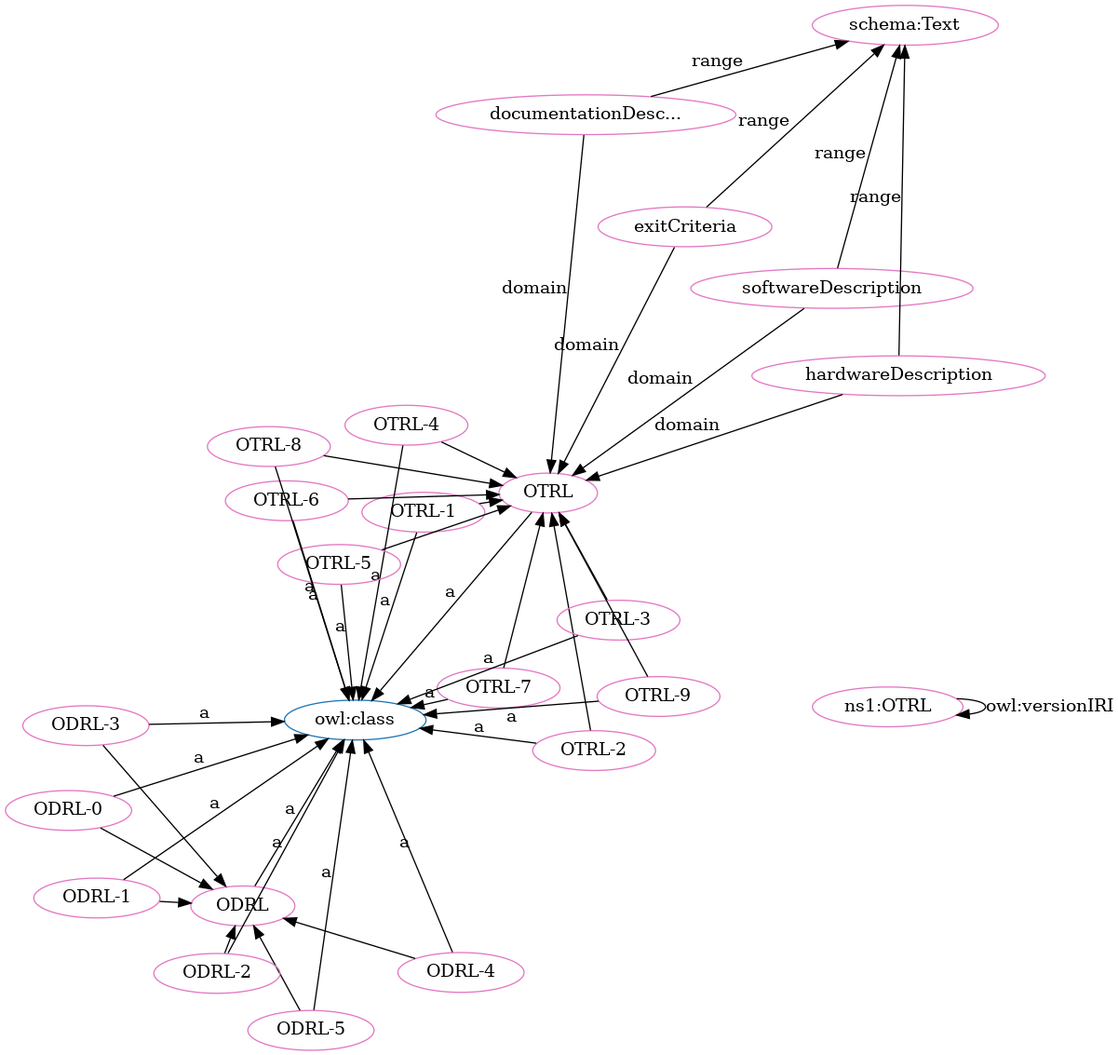
Above: OTRL-clean.png in OPEN-NEXT/OKH-LOSH (Graphviz), before the change. Its source is kept beside it as OTRL-clean.dot.
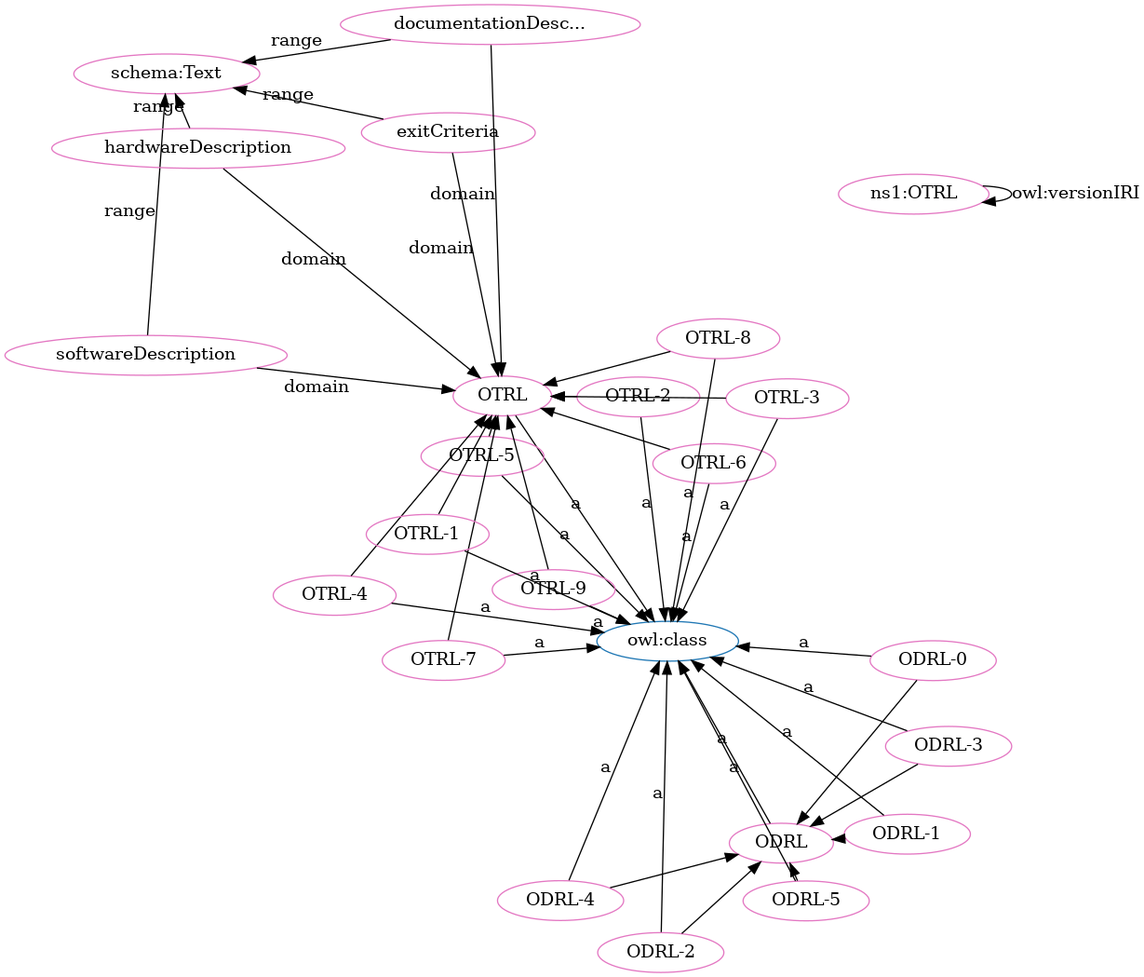
The same diagram one commit later.

The edit, as a diff of the source:
```diff
@@ -4,68 +4,68 @@
 "http://purl.org/oseg/ontologies/OTRL#OTRL" [fillcolor="#1f77b4" color="#1f77b4" label="OTRL"]
 "http://www.w3.org/2002/07/owl#class" [fillcolor="#1f77b4" color="#1f77b4" label="owl:class"]
 "http://purl.org/oseg/ontologies/OTRL#ODRL" [fillcolor="#1f77b4" color="#1f77b4" label="ODRL"]
+"http://purl.org/oseg/ontologies/OTRL#ODRL-3" [fillcolor="#e377c2" color="#e377c2" label="ODRL-3"]
+"http://purl.org/oseg/ontologies/OTRL" [fillcolor="#e377c2" color="#e377c2" label="ns1:OTRL"]
+"http://purl.org/oseg/ontologies/OTRL#ODRL-0" [fillcolor="#e377c2" color="#e377c2" label="ODRL-0"]
 "http://purl.org/oseg/ontologies/OTRL#OTRL" [fillcolor="#e377c2" color="#e377c2" label="OTRL"]
-"http://purl.org/oseg/ontologies/OTRL#ODRL-3" [fillcolor="#e377c2" color="#e377c2" label="ODRL-3"]
 "http://purl.org/oseg/ontologies/OTRL#ODRL" [fillcolor="#e377c2" color="#e377c2" label="ODRL"]
+"http://purl.org/oseg/ontologies/OTRL#OTRL-2" [fillcolor="#e377c2" color="#e377c2" label="OTRL-2"]
 "http://schema.org/Text" [fillcolor="#e377c2" color="#e377c2" label="schema:Text"]
-"http://purl.org/oseg/ontologies/OTRL" [fillcolor="#e377c2" color="#e377c2" label="ns1:OTRL"]
-"http://purl.org/oseg/ontologies/OTRL#softwareDescription" [fillcolor="#e377c2" color="#e377c2" label="softwareDescription"]
-"http://purl.org/oseg/ontologies/OTRL#OTRL-1" [fillcolor="#e377c2" color="#e377c2" label="OTRL-1"]
-"http://purl.org/oseg/ontologies/OTRL#OTRL-7" [fillcolor="#e377c2" color="#e377c2" label="OTRL-7"]
-"http://purl.org/oseg/ontologies/OTRL#documentationDescription" [fillcolor="#e377c2" color="#e377c2" label="documentationDesc..."]
-"http://purl.org/oseg/ontologies/OTRL#OTRL-4" [fillcolor="#e377c2" color="#e377c2" label="OTRL-4"]
-"http://purl.org/oseg/ontologies/OTRL#exitCriteria" [fillcolor="#e377c2" color="#e377c2" label="exitCriteria"]
-"http://purl.org/oseg/ontologies/OTRL#ODRL-5" [fillcolor="#e377c2" color="#e377c2" label="ODRL-5"]
-"http://purl.org/oseg/ontologies/OTRL#OTRL-2" [fillcolor="#e377c2" color="#e377c2" label="OTRL-2"]
-"http://purl.org/oseg/ontologies/OTRL#hardwareDescription" [fillcolor="#e377c2" color="#e377c2" label="hardwareDescription"]
-"http://purl.org/oseg/ontologies/OTRL#OTRL-3" [fillcolor="#e377c2" color="#e377c2" label="OTRL-3"]
-"http://purl.org/oseg/ontologies/OTRL#OTRL-9" [fillcolor="#e377c2" color="#e377c2" label="OTRL-9"]
-"http://purl.org/oseg/ontologies/OTRL#ODRL-2" [fillcolor="#e377c2" color="#e377c2" label="ODRL-2"]
 "http://purl.org/oseg/ontologies/OTRL#OTRL-5" [fillcolor="#e377c2" color="#e377c2" label="OTRL-5"]
 "http://purl.org/oseg/ontologies/OTRL#OTRL-6" [fillcolor="#e377c2" color="#e377c2" label="OTRL-6"]
+"http://purl.org/oseg/ontologies/OTRL#exitCriteria" [fillcolor="#e377c2" color="#e377c2" label="exitCriteria"]
+"http://purl.org/oseg/ontologies/OTRL#ODRL-2" [fillcolor="#e377c2" color="#e377c2" label="ODRL-2"]
+"http://purl.org/oseg/ontologies/OTRL#OTRL-7" [fillcolor="#e377c2" color="#e377c2" label="OTRL-7"]
 "http://purl.org/oseg/ontologies/OTRL#ODRL-1" [fillcolor="#e377c2" color="#e377c2" label="ODRL-1"]
-"http://purl.org/oseg/ontologies/OTRL#ODRL-0" [fillcolor="#e377c2" color="#e377c2" label="ODRL-0"]
+"http://purl.org/oseg/ontologies/OTRL#OTRL-3" [fillcolor="#e377c2" color="#e377c2" label="OTRL-3"]
+"http://purl.org/oseg/ontologies/OTRL#softwareDescription" [fillcolor="#e377c2" color="#e377c2" label="softwareDescription"]
+"http://purl.org/oseg/ontologies/OTRL#hardwareDescription" [fillcolor="#e377c2" color="#e377c2" label="hardwareDescription"]
+"http://purl.org/oseg/ontologies/OTRL#ODRL-5" [fillcolor="#e377c2" color="#e377c2" label="ODRL-5"]
+"http://purl.org/oseg/ontologies/OTRL#OTRL-9" [fillcolor="#e377c2" color="#e377c2" label="OTRL-9"]
+"http://purl.org/oseg/ontologies/OTRL#OTRL-4" [fillcolor="#e377c2" color="#e377c2" label="OTRL-4"]
+"http://purl.org/oseg/ontologies/OTRL#OTRL-8" [fillcolor="#e377c2" color="#e377c2" label="OTRL-8"]
+"http://purl.org/oseg/ontologies/OTRL#OTRL-1" [fillcolor="#e377c2" color="#e377c2" label="OTRL-1"]
 "http://purl.org/oseg/ontologies/OTRL#ODRL-4" [fillcolor="#e377c2" color="#e377c2" label="ODRL-4"]
-"http://purl.org/oseg/ontologies/OTRL#OTRL-8" [fillcolor="#e377c2" color="#e377c2" label="OTRL-8"]
+"http://purl.org/oseg/ontologies/OTRL#documentationDescription" [fillcolor="#e377c2" color="#e377c2" label="documentationDesc..."]
+  "http://purl.org/oseg/ontologies/OTRL#hardwareDescription" -> "http://purl.org/oseg/ontologies/OTRL#OTRL" [label="domain"]
+  "http://purl.org/oseg/ontologies/OTRL#OTRL" -> "http://www.w3.org/2002/07/owl#class" [label="a"]
+  "http://purl.org/oseg/ontologies/OTRL#ODRL" -> "http://www.w3.org/2002/07/owl#class" [label="a"]
+  "http://purl.org/oseg/ontologies/OTRL#OTRL-5" -> "http://www.w3.org/2002/07/owl#class" [label="a"]
+  "http://purl.org/oseg/ontologies/OTRL#OTRL-6" -> "http://www.w3.org/2002/07/owl#class" [label="a"]
+  "http://purl.org/oseg/ontologies/OTRL#OTRL-9" -> "http://purl.org/oseg/ontologies/OTRL#OTRL" [label=""]
+  "http://purl.org/oseg/ontologies/OTRL#OTRL-6" -> "http://purl.org/oseg/ontologies/OTRL#OTRL" [label=""]
+  "http://purl.org/oseg/ontologies/OTRL#ODRL-1" -> "http://www.w3.org/2002/07/owl#class" [label="a"]
+  "http://purl.org/oseg/ontologies/OTRL#ODRL-0" -> "http://purl.org/oseg/ontologies/OTRL#ODRL" [label=""]
+  "http://purl.org/oseg/ontologies/OTRL#OTRL-1" -> "http://purl.org/oseg/ontologies/OTRL#OTRL" [label=""]
+  "http://purl.org/oseg/ontologies/OTRL#OTRL-2" -> "http://purl.org/oseg/ontologies/OTRL#OTRL" [label=""]
+  "http://purl.org/oseg/ontologies/OTRL#OTRL-7" -> "http://purl.org/oseg/ontologies/OTRL#OTRL" [label=""]
+  "http://purl.org/oseg/ontologies/OTRL#OTRL-9" -> "http://www.w3.org/2002/07/owl#class" [label="a"]
+  "http://purl.org/oseg/ontologies/OTRL#OTRL-8" -> "http://www.w3.org/2002/07/owl#class" [label="a"]
+  "http://purl.org/oseg/ontologies/OTRL#OTRL-3" -> "http://purl.org/oseg/ontologies/OTRL#OTRL" [label=""]
+  "http://purl.org/oseg/ontologies/OTRL#OTRL-1" -> "http://www.w3.org/2002/07/owl#class" [label="a"]
+  "http://purl.org/oseg/ontologies/OTRL#ODRL-4" -> "http://www.w3.org/2002/07/owl#class" [label="a"]
+  "http://purl.org/oseg/ontologies/OTRL#ODRL-1" -> "http://purl.org/oseg/ontologies/OTRL#ODRL" [label=""]
+  "http://purl.org/oseg/ontologies/OTRL#ODRL-3" -> "http://www.w3.org/2002/07/owl#class" [label="a"]
+  "http://purl.org/oseg/ontologies/OTRL#ODRL-0" -> "http://www.w3.org/2002/07/owl#class" [label="a"]
+  "http://purl.org/oseg/ontologies/OTRL#ODRL-4" -> "http://purl.org/oseg/ontologies/OTRL#ODRL" [label=""]
+  "http://purl.org/oseg/ontologies/OTRL#OTRL-2" -> "http://www.w3.org/2002/07/owl#class" [label="a"]
+  "http://purl.org/oseg/ontologies/OTRL#documentationDescription" -> "http://schema.org/Text" [label="range"]
+  "http://purl.org/oseg/ontologies/OTRL#ODRL-2" -> "http://www.w3.org/2002/07/owl#class" [label="a"]
+  "http://purl.org/oseg/ontologies/OTRL#OTRL-7" -> "http://www.w3.org/2002/07/owl#class" [label="a"]
+  "http://purl.org/oseg/ontologies/OTRL#hardwareDescription" -> "http://schema.org/Text" [label="range"]
+  "http://purl.org/oseg/ontologies/OTRL#OTRL-3" -> "http://www.w3.org/2002/07/owl#class" [label="a"]
+  "http://purl.org/oseg/ontologies/OTRL#ODRL-2" -> "http://purl.org/oseg/ontologies/OTRL#ODRL" [label=""]
+  "http://purl.org/oseg/ontologies/OTRL" -> "http://purl.org/oseg/ontologies/OTRL" [label="owl:versionIRI"]
+  "http://purl.org/oseg/ontologies/OTRL#exitCriteria" -> "http://schema.org/Text" [label="range"]
+  "http://purl.org/oseg/ontologies/OTRL#ODRL-5" -> "http://www.w3.org/2002/07/owl#class" [label="a"]
+  "http://purl.org/oseg/ontologies/OTRL#softwareDescription" -> "http://schema.org/Text" [label="range"]
+  "http://purl.org/oseg/ontologies/OTRL#OTRL-5" -> "http://purl.org/oseg/ontologies/OTRL#OTRL" [label=""]
+  "http://purl.org/oseg/ontologies/OTRL#exitCriteria" -> "http://purl.org/oseg/ontologies/OTRL#OTRL" [label="domain"]
+  "http://purl.org/oseg/ontologies/OTRL#OTRL-4" -> "http://www.w3.org/2002/07/owl#class" [label="a"]
+  "http://purl.org/oseg/ontologies/OTRL#OTRL-4" -> "http://purl.org/oseg/ontologies/OTRL#OTRL" [label=""]
+  "http://purl.org/oseg/ontologies/OTRL#softwareDescription" -> "http://purl.org/oseg/ontologies/OTRL#OTRL" [label="domain"]
+  "http://purl.org/oseg/ontologies/OTRL#ODRL-3" -> "http://purl.org/oseg/ontologies/OTRL#ODRL" [label=""]
+  "http://purl.org/oseg/ontologies/OTRL#ODRL-5" -> "http://purl.org/oseg/ontologies/OTRL#ODRL" [label=""]
+  "http://purl.org/oseg/ontologies/OTRL#OTRL-8" -> "http://purl.org/oseg/ontologies/OTRL#OTRL" [label=""]
   "http://purl.org/oseg/ontologies/OTRL#documentationDescription" -> "http://purl.org/oseg/ontologies/OTRL#OTRL" [label="domain"]
-  "http://purl.org/oseg/ontologies/OTRL#ODRL-3" -> "http://www.w3.org/2002/07/owl#class" [label="a"]
-  "http://purl.org/oseg/ontologies/OTRL#ODRL" -> "http://www.w3.org/2002/07/owl#class" [label="a"]
-  "http://purl.org/oseg/ontologies/OTRL#softwareDescription" -> "http://schema.org/Text" [label="range"]
-  "http://purl.org/oseg/ontologies/OTRL" -> "http://purl.org/oseg/ontologies/OTRL" [label="owl:versionIRI"]
-  "http://purl.org/oseg/ontologies/OTRL#OTRL-4" -> "http://www.w3.org/2002/07/owl#class" [label="a"]
-  "http://purl.org/oseg/ontologies/OTRL#softwareDescription" -> "http://purl.org/oseg/ontologies/OTRL#OTRL" [label="domain"]
-  "http://purl.org/oseg/ontologies/OTRL#ODRL-1" -> "http://purl.org/oseg/ontologies/OTRL#ODRL" [label=""]
-  "http://purl.org/oseg/ontologies/OTRL#ODRL-0" -> "http://purl.org/oseg/ontologies/OTRL#ODRL" [label=""]
-  "http://purl.org/oseg/ontologies/OTRL#ODRL-5" -> "http://www.w3.org/2002/07/owl#class" [label="a"]
-  "http://purl.org/oseg/ontologies/OTRL#ODRL-4" -> "http://purl.org/oseg/ontologies/OTRL#ODRL" [label=""]
-  "http://purl.org/oseg/ontologies/OTRL#OTRL-3" -> "http://www.w3.org/2002/07/owl#class" [label="a"]
-  "http://purl.org/oseg/ontologies/OTRL#OTRL-9" -> "http://www.w3.org/2002/07/owl#class" [label="a"]
-  "http://purl.org/oseg/ontologies/OTRL#ODRL-2" -> "http://purl.org/oseg/ontologies/OTRL#ODRL" [label=""]
-  "http://purl.org/oseg/ontologies/OTRL#OTRL-4" -> "http://purl.org/oseg/ontologies/OTRL#OTRL" [label=""]
-  "http://purl.org/oseg/ontologies/OTRL#OTRL-9" -> "http://purl.org/oseg/ontologies/OTRL#OTRL" [label=""]
-  "http://purl.org/oseg/ontologies/OTRL#OTRL-1" -> "http://purl.org/oseg/ontologies/OTRL#OTRL" [label=""]
-  "http://purl.org/oseg/ontologies/OTRL#OTRL-7" -> "http://purl.org/oseg/ontologies/OTRL#OTRL" [label=""]
-  "http://purl.org/oseg/ontologies/OTRL#OTRL-2" -> "http://purl.org/oseg/ontologies/OTRL#OTRL" [label=""]
-  "http://purl.org/oseg/ontologies/OTRL#hardwareDescription" -> "http://purl.org/oseg/ontologies/OTRL#OTRL" [label="domain"]
-  "http://purl.org/oseg/ontologies/OTRL#OTRL-8" -> "http://purl.org/oseg/ontologies/OTRL#OTRL" [label=""]
-  "http://purl.org/oseg/ontologies/OTRL#OTRL-1" -> "http://www.w3.org/2002/07/owl#class" [label="a"]
-  "http://purl.org/oseg/ontologies/OTRL#OTRL" -> "http://www.w3.org/2002/07/owl#class" [label="a"]
-  "http://purl.org/oseg/ontologies/OTRL#OTRL-7" -> "http://www.w3.org/2002/07/owl#class" [label="a"]
-  "http://purl.org/oseg/ontologies/OTRL#OTRL-3" -> "http://purl.org/oseg/ontologies/OTRL#OTRL" [label=""]
-  "http://purl.org/oseg/ontologies/OTRL#OTRL-5" -> "http://purl.org/oseg/ontologies/OTRL#OTRL" [label=""]
-  "http://purl.org/oseg/ontologies/OTRL#OTRL-2" -> "http://www.w3.org/2002/07/owl#class" [label="a"]
-  "http://purl.org/oseg/ontologies/OTRL#OTRL-6" -> "http://purl.org/oseg/ontologies/OTRL#OTRL" [label=""]
-  "http://purl.org/oseg/ontologies/OTRL#ODRL-2" -> "http://www.w3.org/2002/07/owl#class" [label="a"]
-  "http://purl.org/oseg/ontologies/OTRL#OTRL-5" -> "http://www.w3.org/2002/07/owl#class" [label="a"]
-  "http://purl.org/oseg/ontologies/OTRL#ODRL-3" -> "http://purl.org/oseg/ontologies/OTRL#ODRL" [label=""]
-  "http://purl.org/oseg/ontologies/OTRL#OTRL-6" -> "http://www.w3.org/2002/07/owl#class" [label="a"]
-  "http://purl.org/oseg/ontologies/OTRL#documentationDescription" -> "http://schema.org/Text" [label="range"]
-  "http://purl.org/oseg/ontologies/OTRL#exitCriteria" -> "http://purl.org/oseg/ontologies/OTRL#OTRL" [label="domain"]
-  "http://purl.org/oseg/ontologies/OTRL#ODRL-1" -> "http://www.w3.org/2002/07/owl#class" [label="a"]
-  "http://purl.org/oseg/ontologies/OTRL#ODRL-0" -> "http://www.w3.org/2002/07/owl#class" [label="a"]
-  "http://purl.org/oseg/ontologies/OTRL#ODRL-4" -> "http://www.w3.org/2002/07/owl#class" [label="a"]
-  "http://purl.org/oseg/ontologies/OTRL#ODRL-5" -> "http://purl.org/oseg/ontologies/OTRL#ODRL" [label=""]
-  "http://purl.org/oseg/ontologies/OTRL#exitCriteria" -> "http://schema.org/Text" [label="range"]
-  "http://purl.org/oseg/ontologies/OTRL#OTRL-8" -> "http://www.w3.org/2002/07/owl#class" [label="a"]
-  "http://purl.org/oseg/ontologies/OTRL#hardwareDescription" -> "http://schema.org/Text" [label="range"]
 }
```
